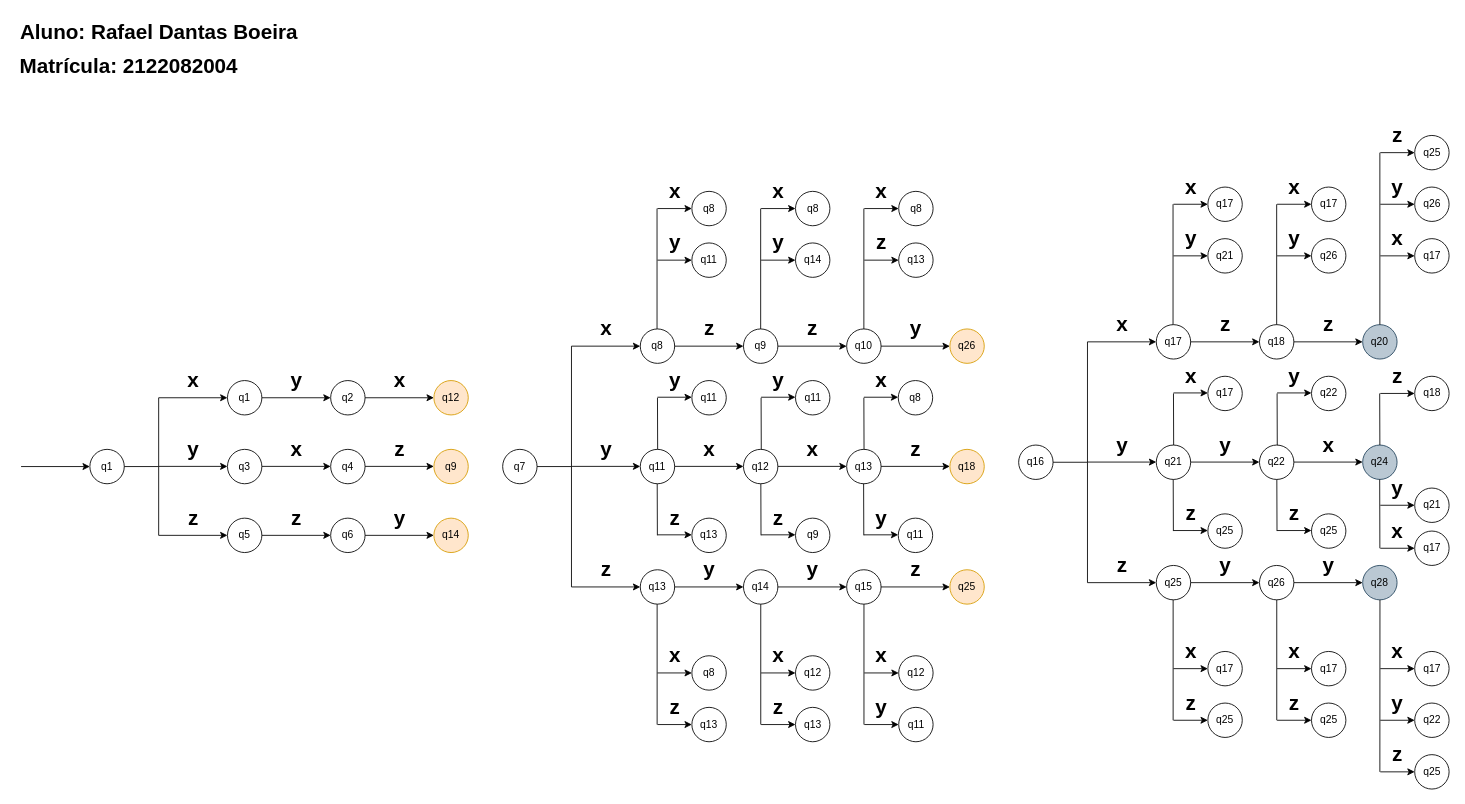
Danzokka/Faculdade keeps this draw.io diagram as Diagrama sem nome.drawio. Above is the earlier version. Source tidied: cells renumbered, new cells numbered last; positions are measured from the earlier drawing's top-left corner, leaving out a move shared by most shapes. Both pictures are drawn from the tidied source at 86%, with x=0, y=0 at pixel (21, 15).
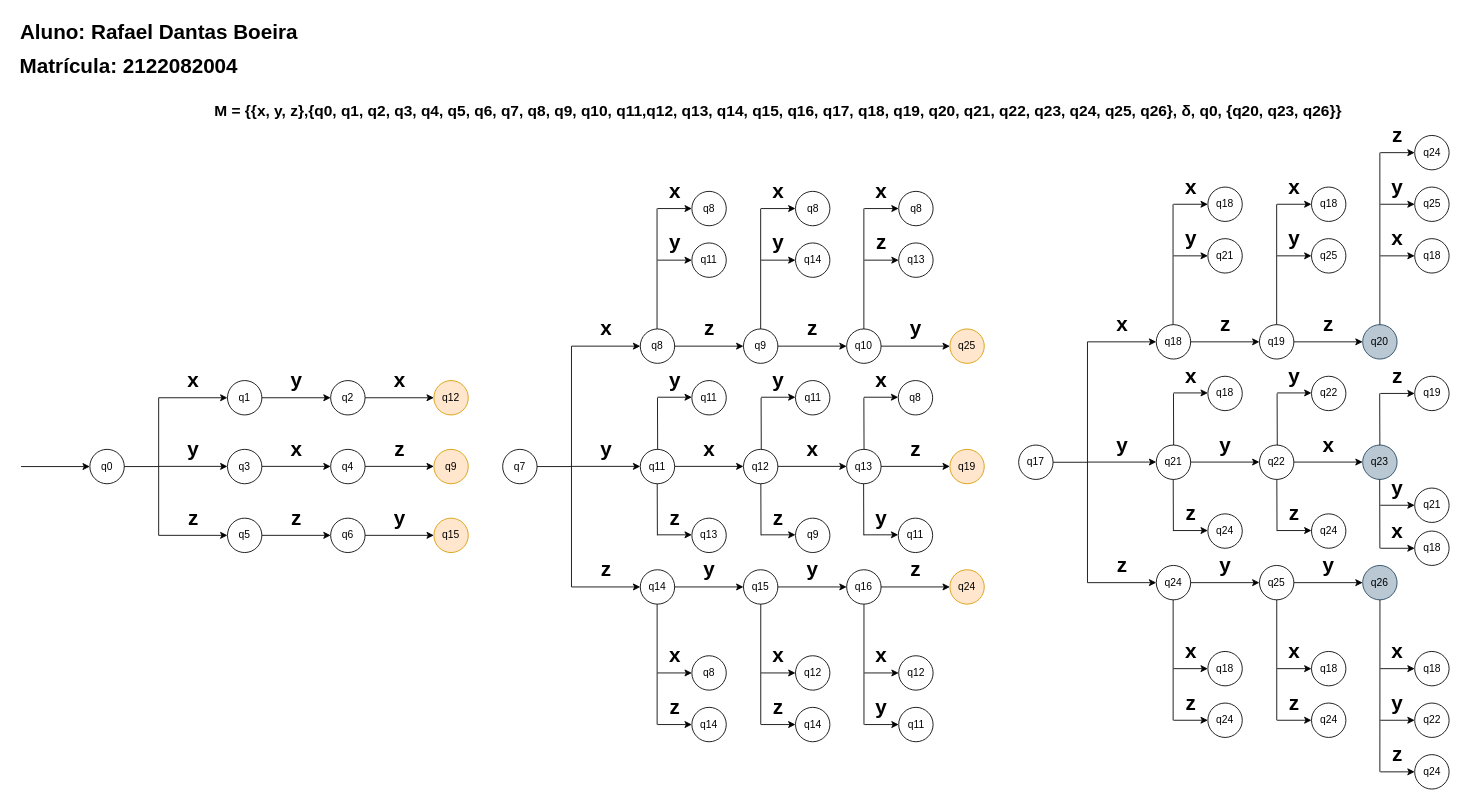
The same page after the edit.

What changed in the source:
```diff
@@
-    <mxCell id="2" value="q1" style="ellipse;whiteSpace=wrap;html=1;" parent="1" vertex="1">
+    <mxCell id="2" value="q0" style="ellipse;whiteSpace=wrap;html=1;" parent="1" vertex="1">
       <mxGeometry x="80" y="505" width="40" height="40" as="geometry" />
     </mxCell>
@@
-    <mxCell id="24" value="q14" style="ellipse;whiteSpace=wrap;html=1;fillColor=#ffe6cc;strokeColor=#d79b00;" parent="1" vertex="1">
+    <mxCell id="24" value="q15" style="ellipse;whiteSpace=wrap;html=1;fillColor=#ffe6cc;strokeColor=#d79b00;" parent="1" vertex="1">
       <mxGeometry x="480" y="585" width="40" height="40" as="geometry" />
     </mxCell>
@@
-    <mxCell id="43" value="q13" style="ellipse;whiteSpace=wrap;html=1;" parent="1" vertex="1">
+    <mxCell id="43" value="q14" style="ellipse;whiteSpace=wrap;html=1;" parent="1" vertex="1">
       <mxGeometry x="720" y="645" width="40" height="40" as="geometry" />
     </mxCell>
@@
-    <mxCell id="49" value="q14" style="ellipse;whiteSpace=wrap;html=1;" parent="1" vertex="1">
+    <mxCell id="49" value="q15" style="ellipse;whiteSpace=wrap;html=1;" parent="1" vertex="1">
       <mxGeometry x="840" y="645" width="40" height="40" as="geometry" />
     </mxCell>
@@
-    <mxCell id="55" value="q15" style="ellipse;whiteSpace=wrap;html=1;" parent="1" vertex="1">
+    <mxCell id="55" value="q16" style="ellipse;whiteSpace=wrap;html=1;" parent="1" vertex="1">
       <mxGeometry x="960" y="645" width="40" height="40" as="geometry" />
     </mxCell>
@@
-    <mxCell id="68" value="q26" style="ellipse;whiteSpace=wrap;html=1;fillColor=#ffe6cc;strokeColor=#d79b00;" parent="1" vertex="1">
+    <mxCell id="68" value="q25" style="ellipse;whiteSpace=wrap;html=1;fillColor=#ffe6cc;strokeColor=#d79b00;" parent="1" vertex="1">
       <mxGeometry x="1080" y="365" width="40" height="40" as="geometry" />
     </mxCell>
-    <mxCell id="69" value="q18" style="ellipse;whiteSpace=wrap;html=1;fillColor=#ffe6cc;strokeColor=#d79b00;" parent="1" vertex="1">
+    <mxCell id="69" value="q19" style="ellipse;whiteSpace=wrap;html=1;fillColor=#ffe6cc;strokeColor=#d79b00;" parent="1" vertex="1">
       <mxGeometry x="1080" y="505" width="40" height="40" as="geometry" />
     </mxCell>
-    <mxCell id="70" value="q25" style="ellipse;whiteSpace=wrap;html=1;fillColor=#ffe6cc;strokeColor=#d79b00;" parent="1" vertex="1">
+    <mxCell id="70" value="q24" style="ellipse;whiteSpace=wrap;html=1;fillColor=#ffe6cc;strokeColor=#d79b00;" parent="1" vertex="1">
       <mxGeometry x="1080" y="645" width="40" height="40" as="geometry" />
     </mxCell>
@@
-    <mxCell id="92" value="q13" style="ellipse;whiteSpace=wrap;html=1;" parent="1" vertex="1">
+    <mxCell id="92" value="q14" style="ellipse;whiteSpace=wrap;html=1;" parent="1" vertex="1">
       <mxGeometry x="780" y="805" width="40" height="40" as="geometry" />
     </mxCell>
@@
-    <mxCell id="97" value="q13" style="ellipse;whiteSpace=wrap;html=1;" parent="1" vertex="1">
+    <mxCell id="97" value="q14" style="ellipse;whiteSpace=wrap;html=1;" parent="1" vertex="1">
       <mxGeometry x="900.5" y="805" width="40" height="40" as="geometry" />
     </mxCell>
@@
-    <mxCell id="140" value="q16" style="ellipse;whiteSpace=wrap;html=1;" parent="1" vertex="1">
+    <mxCell id="140" value="q17" style="ellipse;whiteSpace=wrap;html=1;" parent="1" vertex="1">
       <mxGeometry x="1160" y="500" width="40" height="40" as="geometry" />
     </mxCell>
@@
-    <mxCell id="147" value="q17" style="ellipse;whiteSpace=wrap;html=1;" parent="1" vertex="1">
+    <mxCell id="147" value="q18" style="ellipse;whiteSpace=wrap;html=1;" parent="1" vertex="1">
       <mxGeometry x="1320" y="360" width="40" height="40" as="geometry" />
     </mxCell>
@@
-    <mxCell id="149" value="q25" style="ellipse;whiteSpace=wrap;html=1;" parent="1" vertex="1">
+    <mxCell id="149" value="q24" style="ellipse;whiteSpace=wrap;html=1;" parent="1" vertex="1">
       <mxGeometry x="1320" y="640" width="40" height="40" as="geometry" />
     </mxCell>
@@
-    <mxCell id="153" value="q18" style="ellipse;whiteSpace=wrap;html=1;" parent="1" vertex="1">
+    <mxCell id="153" value="q19" style="ellipse;whiteSpace=wrap;html=1;" parent="1" vertex="1">
       <mxGeometry x="1440" y="360" width="40" height="40" as="geometry" />
     </mxCell>
@@
-    <mxCell id="155" value="q26" style="ellipse;whiteSpace=wrap;html=1;" parent="1" vertex="1">
+    <mxCell id="155" value="q25" style="ellipse;whiteSpace=wrap;html=1;" parent="1" vertex="1">
       <mxGeometry x="1440" y="640" width="40" height="40" as="geometry" />
     </mxCell>
@@
-    <mxCell id="169" value="q24" style="ellipse;whiteSpace=wrap;html=1;fillColor=#bac8d3;strokeColor=#23445d;" parent="1" vertex="1">
+    <mxCell id="169" value="q23" style="ellipse;whiteSpace=wrap;html=1;fillColor=#bac8d3;strokeColor=#23445d;" parent="1" vertex="1">
       <mxGeometry x="1560" y="500" width="40" height="40" as="geometry" />
     </mxCell>
-    <mxCell id="170" value="q28" style="ellipse;whiteSpace=wrap;html=1;fillColor=#bac8d3;strokeColor=#23445d;" parent="1" vertex="1">
+    <mxCell id="170" value="q26" style="ellipse;whiteSpace=wrap;html=1;fillColor=#bac8d3;strokeColor=#23445d;" parent="1" vertex="1">
       <mxGeometry x="1560" y="640" width="40" height="40" as="geometry" />
     </mxCell>
@@
-    <mxCell id="173" value="q17" style="ellipse;whiteSpace=wrap;html=1;" parent="1" vertex="1">
+    <mxCell id="173" value="q18" style="ellipse;whiteSpace=wrap;html=1;" parent="1" vertex="1">
       <mxGeometry x="1380" y="200" width="40" height="40" as="geometry" />
     </mxCell>
@@
-    <mxCell id="178" value="q17" style="ellipse;whiteSpace=wrap;html=1;" parent="1" vertex="1">
+    <mxCell id="178" value="q18" style="ellipse;whiteSpace=wrap;html=1;" parent="1" vertex="1">
       <mxGeometry x="1500.5" y="200" width="40" height="40" as="geometry" />
     </mxCell>
@@
-    <mxCell id="180" value="q26" style="ellipse;whiteSpace=wrap;html=1;" parent="1" vertex="1">
+    <mxCell id="180" value="q25" style="ellipse;whiteSpace=wrap;html=1;" parent="1" vertex="1">
       <mxGeometry x="1500.5" y="260" width="40" height="40" as="geometry" />
     </mxCell>
@@
-    <mxCell id="182" value="q17" style="ellipse;whiteSpace=wrap;html=1;" parent="1" vertex="1">
+    <mxCell id="182" value="q18" style="ellipse;whiteSpace=wrap;html=1;" parent="1" vertex="1">
       <mxGeometry x="1380" y="740" width="40" height="40" as="geometry" />
     </mxCell>
@@
-    <mxCell id="184" value="q25" style="ellipse;whiteSpace=wrap;html=1;" parent="1" vertex="1">
+    <mxCell id="184" value="q24" style="ellipse;whiteSpace=wrap;html=1;" parent="1" vertex="1">
       <mxGeometry x="1380" y="800" width="40" height="40" as="geometry" />
     </mxCell>
@@
-    <mxCell id="187" value="q17" style="ellipse;whiteSpace=wrap;html=1;" parent="1" vertex="1">
+    <mxCell id="187" value="q18" style="ellipse;whiteSpace=wrap;html=1;" parent="1" vertex="1">
       <mxGeometry x="1500.5" y="740" width="40" height="40" as="geometry" />
     </mxCell>
@@
-    <mxCell id="189" value="q25" style="ellipse;whiteSpace=wrap;html=1;" parent="1" vertex="1">
+    <mxCell id="189" value="q24" style="ellipse;whiteSpace=wrap;html=1;" parent="1" vertex="1">
       <mxGeometry x="1500.5" y="800" width="40" height="40" as="geometry" />
     </mxCell>
@@
-    <mxCell id="193" value="q17" style="ellipse;whiteSpace=wrap;html=1;" parent="1" vertex="1">
+    <mxCell id="193" value="q18" style="ellipse;whiteSpace=wrap;html=1;" parent="1" vertex="1">
       <mxGeometry x="1380" y="420" width="40" height="40" as="geometry" />
     </mxCell>
@@
-    <mxCell id="199" value="q25" style="ellipse;whiteSpace=wrap;html=1;" parent="1" vertex="1">
+    <mxCell id="199" value="q24" style="ellipse;whiteSpace=wrap;html=1;" parent="1" vertex="1">
       <mxGeometry x="1380" y="580" width="40" height="40" as="geometry" />
     </mxCell>
@@
-    <mxCell id="202" value="q25" style="ellipse;whiteSpace=wrap;html=1;" parent="1" vertex="1">
+    <mxCell id="202" value="q24" style="ellipse;whiteSpace=wrap;html=1;" parent="1" vertex="1">
       <mxGeometry x="1500.5" y="580" width="40" height="40" as="geometry" />
     </mxCell>
@@
-    <mxCell id="217" value="q26" style="ellipse;whiteSpace=wrap;html=1;" parent="1" vertex="1">
+    <mxCell id="217" value="q25" style="ellipse;whiteSpace=wrap;html=1;" parent="1" vertex="1">
       <mxGeometry x="1620.5" y="200" width="40" height="40" as="geometry" />
     </mxCell>
@@
-    <mxCell id="219" value="q17" style="ellipse;whiteSpace=wrap;html=1;" parent="1" vertex="1">
+    <mxCell id="219" value="q18" style="ellipse;whiteSpace=wrap;html=1;" parent="1" vertex="1">
       <mxGeometry x="1620.5" y="260" width="40" height="40" as="geometry" />
     </mxCell>
@@
-    <mxCell id="222" value="q25" style="ellipse;whiteSpace=wrap;html=1;" parent="1" vertex="1">
+    <mxCell id="222" value="q24" style="ellipse;whiteSpace=wrap;html=1;" parent="1" vertex="1">
       <mxGeometry x="1620.5" y="140" width="40" height="40" as="geometry" />
     </mxCell>
@@
-    <mxCell id="224" value="q17" style="ellipse;whiteSpace=wrap;html=1;" parent="1" vertex="1">
+    <mxCell id="224" value="q18" style="ellipse;whiteSpace=wrap;html=1;" parent="1" vertex="1">
       <mxGeometry x="1620.5" y="740" width="40" height="40" as="geometry" />
     </mxCell>
@@
-    <mxCell id="231" value="q25" style="ellipse;whiteSpace=wrap;html=1;" parent="1" vertex="1">
+    <mxCell id="231" value="q24" style="ellipse;whiteSpace=wrap;html=1;" parent="1" vertex="1">
       <mxGeometry x="1620.5" y="860" width="40" height="40" as="geometry" />
     </mxCell>
@@
-    <mxCell id="238" value="q18" style="ellipse;whiteSpace=wrap;html=1;" parent="1" vertex="1">
+    <mxCell id="238" value="q19" style="ellipse;whiteSpace=wrap;html=1;" parent="1" vertex="1">
       <mxGeometry x="1620.5" y="420" width="40" height="40" as="geometry" />
     </mxCell>
@@
-    <mxCell id="244" value="q17" style="ellipse;whiteSpace=wrap;html=1;" parent="1" vertex="1">
+    <mxCell id="244" value="q18" style="ellipse;whiteSpace=wrap;html=1;" parent="1" vertex="1">
       <mxGeometry x="1620.5" y="600" width="40" height="40" as="geometry" />
     </mxCell>
@@
+    <mxCell id="248" value="&lt;font style=&quot;font-size: 18px;&quot;&gt;M = {{x, y, z},{q0, q1, q2, q3, q4, q5, q6, q7, q8, q9, q10, q11,q12, q13, q14, q15, q16, q17, q18, q19, q20, q21, q22, q23, q24, q25, q26}, δ, q0, {q20, q23, q26}}&lt;/font&gt;" style="text;strokeColor=none;fillColor=none;html=1;fontSize=24;fontStyle=1;verticalAlign=middle;align=center;" parent="1" vertex="1">
+      <mxGeometry x="225" y="90" width="1310" height="40" as="geometry" />
+    </mxCell>
```
